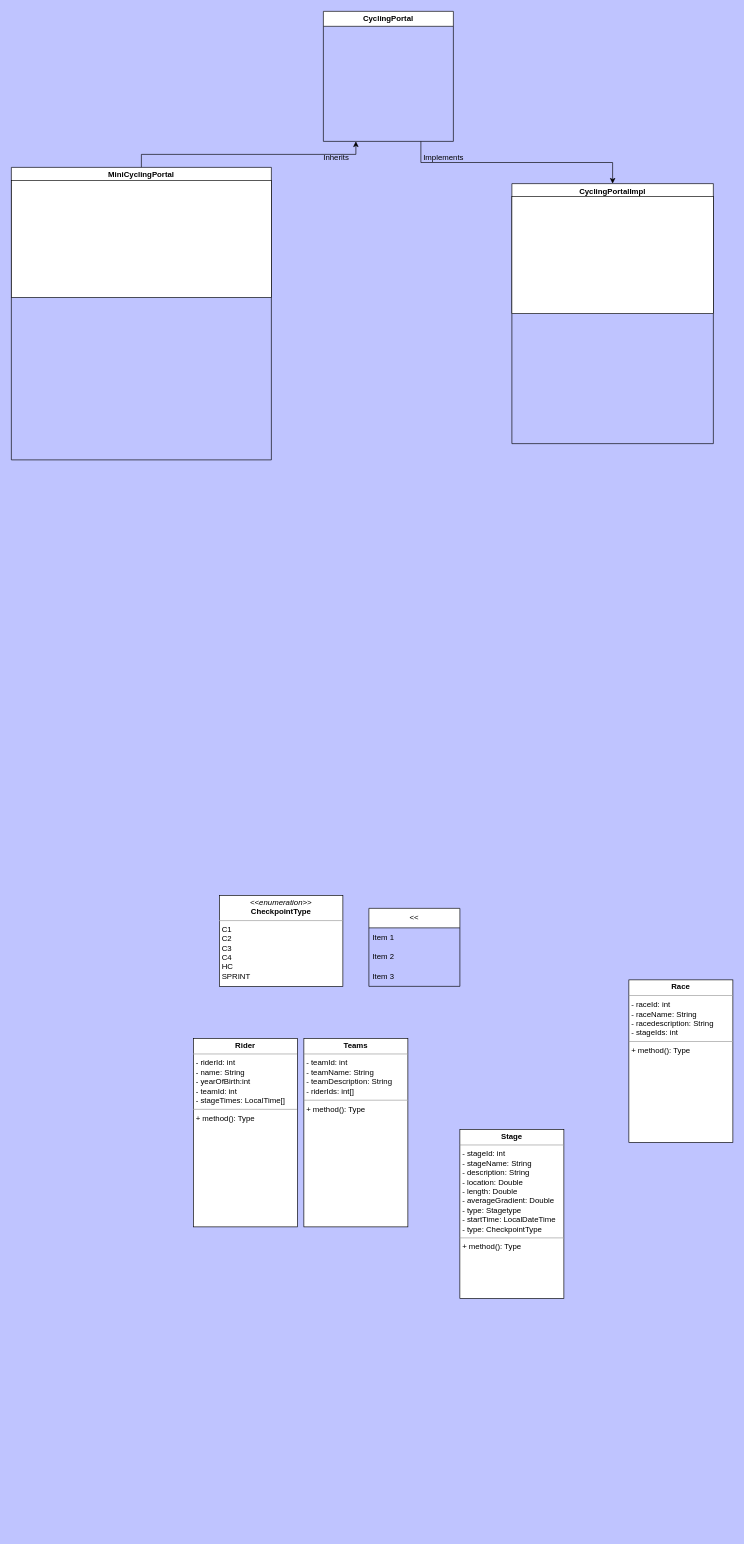
Earlier version of the draw.io diagram res/CyclingCoursework.drawio (Edguardia/ECM1410-Cycling-Coursework). Source tidied: cells renumbered, new cells numbered last; positions are measured from the earlier drawing's top-left corner, leaving out a move shared by most shapes. Both pictures are drawn from the tidied source at 65%, with x=0, y=0 at pixel (11, 11).
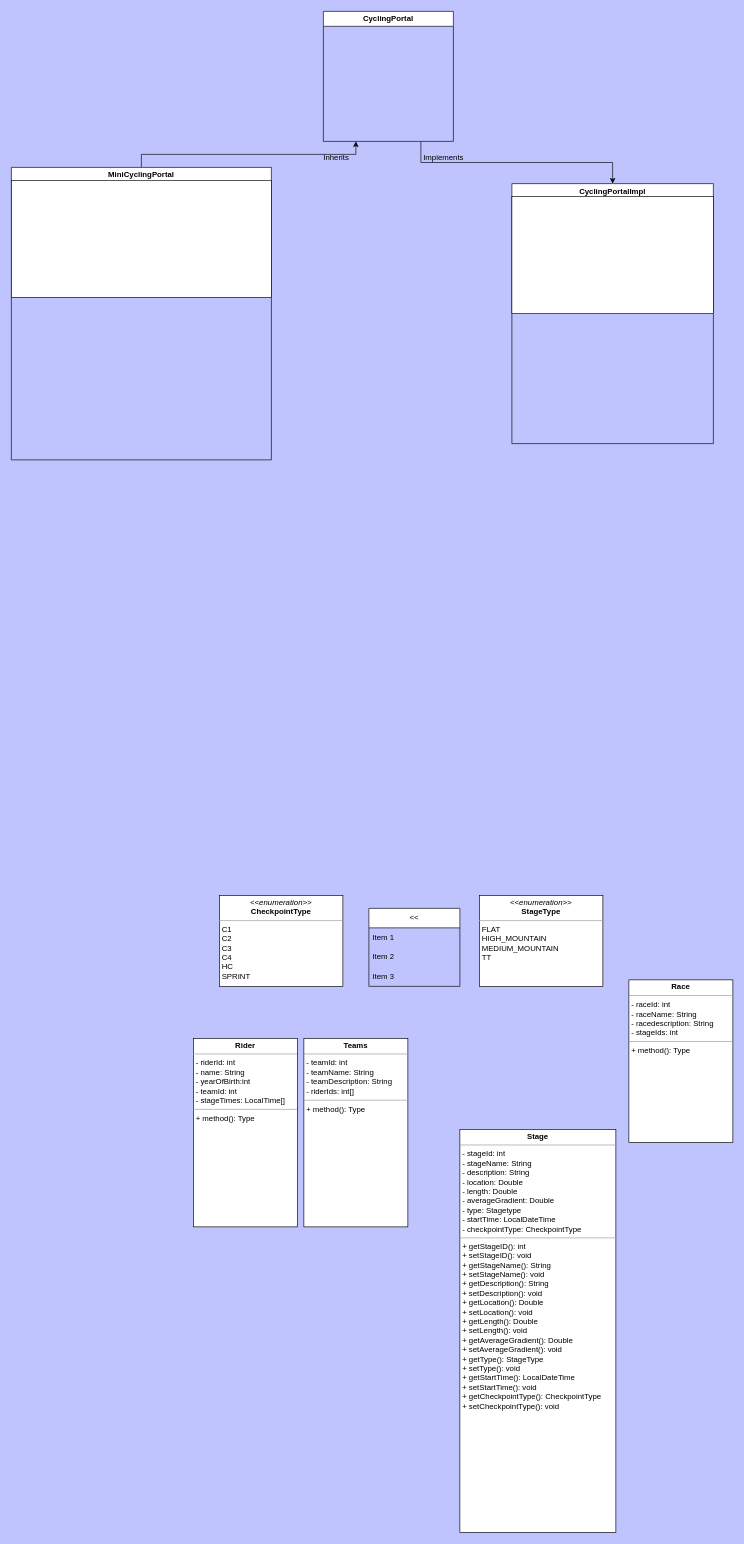
The same diagram, later.

Change to the diagram source:
```diff
@@
-    <mxCell id="17" value="&lt;p style=&quot;margin:0px;margin-top:4px;text-align:center;&quot;&gt;&lt;b&gt;Stage&lt;/b&gt;&lt;/p&gt;&lt;hr size=&quot;1&quot;&gt;&lt;p style=&quot;margin:0px;margin-left:4px;&quot;&gt;- stageId: int&lt;/p&gt;&lt;p style=&quot;margin:0px;margin-left:4px;&quot;&gt;- stageName: String&lt;/p&gt;&lt;p style=&quot;margin:0px;margin-left:4px;&quot;&gt;- description: String&lt;/p&gt;&lt;p style=&quot;margin:0px;margin-left:4px;&quot;&gt;- location: Double&lt;/p&gt;&lt;p style=&quot;margin:0px;margin-left:4px;&quot;&gt;- length: Double&lt;/p&gt;&lt;p style=&quot;margin:0px;margin-left:4px;&quot;&gt;- averageGradient: Double&lt;/p&gt;&lt;p style=&quot;margin:0px;margin-left:4px;&quot;&gt;- type: Stagetype&lt;/p&gt;&lt;p style=&quot;margin:0px;margin-left:4px;&quot;&gt;- startTime: LocalDateTime&lt;/p&gt;&lt;p style=&quot;margin:0px;margin-left:4px;&quot;&gt;- type: CheckpointType&lt;/p&gt;&lt;hr size=&quot;1&quot;&gt;&lt;p style=&quot;margin:0px;margin-left:4px;&quot;&gt;+ method(): Type&lt;/p&gt;" style="verticalAlign=top;align=left;overflow=fill;html=1;whiteSpace=wrap;" parent="1" vertex="1">
-      <mxGeometry x="690" y="1720" width="160" height="260" as="geometry" />
+    <mxCell id="17" value="&lt;p style=&quot;margin:0px;margin-top:4px;text-align:center;&quot;&gt;&lt;b&gt;Stage&lt;/b&gt;&lt;/p&gt;&lt;hr size=&quot;1&quot;&gt;&lt;p style=&quot;margin:0px;margin-left:4px;&quot;&gt;- stageId: int&lt;/p&gt;&lt;p style=&quot;margin:0px;margin-left:4px;&quot;&gt;- stageName: String&lt;/p&gt;&lt;p style=&quot;margin:0px;margin-left:4px;&quot;&gt;- description: String&lt;/p&gt;&lt;p style=&quot;margin:0px;margin-left:4px;&quot;&gt;- location: Double&lt;/p&gt;&lt;p style=&quot;margin:0px;margin-left:4px;&quot;&gt;- length: Double&lt;/p&gt;&lt;p style=&quot;margin:0px;margin-left:4px;&quot;&gt;- averageGradient: Double&lt;/p&gt;&lt;p style=&quot;margin:0px;margin-left:4px;&quot;&gt;- type: Stagetype&lt;/p&gt;&lt;p style=&quot;margin:0px;margin-left:4px;&quot;&gt;- startTime: LocalDateTime&lt;/p&gt;&lt;p style=&quot;margin:0px;margin-left:4px;&quot;&gt;- checkpointType: CheckpointType&lt;/p&gt;&lt;hr size=&quot;1&quot;&gt;&lt;p style=&quot;margin:0px;margin-left:4px;&quot;&gt;+ getStageID(): int&lt;/p&gt;&lt;p style=&quot;margin:0px;margin-left:4px;&quot;&gt;+ setStageID(): void&lt;/p&gt;&lt;p style=&quot;margin:0px;margin-left:4px;&quot;&gt;+ getStageName(): String&lt;/p&gt;&lt;p style=&quot;margin:0px;margin-left:4px;&quot;&gt;+ setStageName(): void&lt;/p&gt;&lt;p style=&quot;margin:0px;margin-left:4px;&quot;&gt;+ getDescription(): String&lt;/p&gt;&lt;p style=&quot;margin:0px;margin-left:4px;&quot;&gt;+ setDescription(): void&lt;/p&gt;&lt;p style=&quot;margin:0px;margin-left:4px;&quot;&gt;+ getLocation(): Double&lt;/p&gt;&lt;p style=&quot;margin:0px;margin-left:4px;&quot;&gt;+ setLocation(): void&lt;/p&gt;&lt;p style=&quot;margin:0px;margin-left:4px;&quot;&gt;+ getLength(): Double&lt;/p&gt;&lt;p style=&quot;margin:0px;margin-left:4px;&quot;&gt;+ setLength(): void&lt;/p&gt;&lt;p style=&quot;margin:0px;margin-left:4px;&quot;&gt;+ getAverageGradient(): Double&lt;/p&gt;&lt;p style=&quot;margin:0px;margin-left:4px;&quot;&gt;+ setAverageGradient(): void&lt;/p&gt;&lt;p style=&quot;margin:0px;margin-left:4px;&quot;&gt;+ getType(): StageType&lt;/p&gt;&lt;p style=&quot;margin:0px;margin-left:4px;&quot;&gt;+ setType(): void&lt;/p&gt;&lt;p style=&quot;margin:0px;margin-left:4px;&quot;&gt;+ getStartTime(): LocalDateTime&lt;/p&gt;&lt;p style=&quot;margin:0px;margin-left:4px;&quot;&gt;+ setStartTime(): void&lt;/p&gt;&lt;p style=&quot;margin:0px;margin-left:4px;&quot;&gt;+ getCheckpointType(): CheckpointType&lt;/p&gt;&lt;p style=&quot;margin:0px;margin-left:4px;&quot;&gt;+ setCheckpointType(): void&lt;/p&gt;" style="verticalAlign=top;align=left;overflow=fill;html=1;whiteSpace=wrap;" parent="1" vertex="1">
+      <mxGeometry x="690" y="1720" width="240" height="620" as="geometry" />
     </mxCell>
@@
+    <mxCell id="20" value="&lt;p style=&quot;margin:0px;margin-top:4px;text-align:center;&quot;&gt;&lt;i&gt;&amp;lt;&amp;lt;enumeration&amp;gt;&amp;gt;&lt;/i&gt;&lt;br&gt;&lt;b&gt;StageType&lt;/b&gt;&lt;/p&gt;&lt;hr size=&quot;1&quot;&gt;&lt;p style=&quot;margin:0px;margin-left:4px;&quot;&gt;&lt;/p&gt;&lt;p style=&quot;margin:0px;margin-left:4px;&quot;&gt;FLAT&lt;/p&gt;&lt;p style=&quot;margin:0px;margin-left:4px;&quot;&gt;HIGH_MOUNTAIN&lt;/p&gt;&lt;p style=&quot;margin:0px;margin-left:4px;&quot;&gt;MEDIUM_MOUNTAIN&lt;/p&gt;&lt;p style=&quot;margin:0px;margin-left:4px;&quot;&gt;TT&lt;/p&gt;" style="verticalAlign=top;align=left;overflow=fill;html=1;whiteSpace=wrap;" parent="1" vertex="1">
+      <mxGeometry x="720" y="1360" width="190" height="140" as="geometry" />
+    </mxCell>
```
